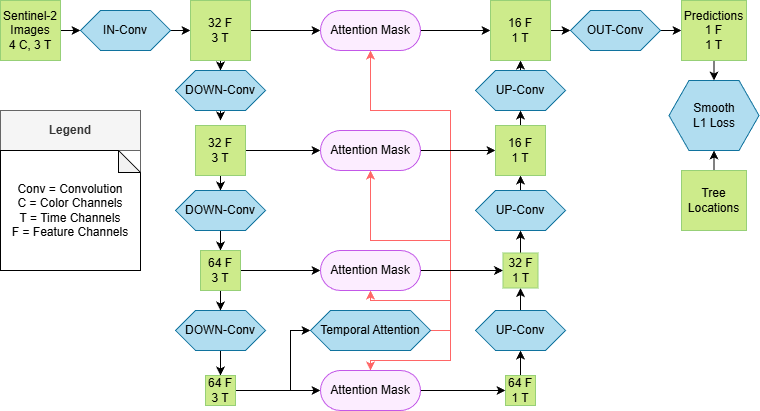
nikmaster/wu_dslab_infrared-city keeps this draw.io diagram as deliverables/4a. draft report/images/U-Net.png. Above is the earlier version. Source tidied: cells renumbered, new cells last; positions are measured from the earlier drawing's top-left corner, leaving out a move shared by most shapes.
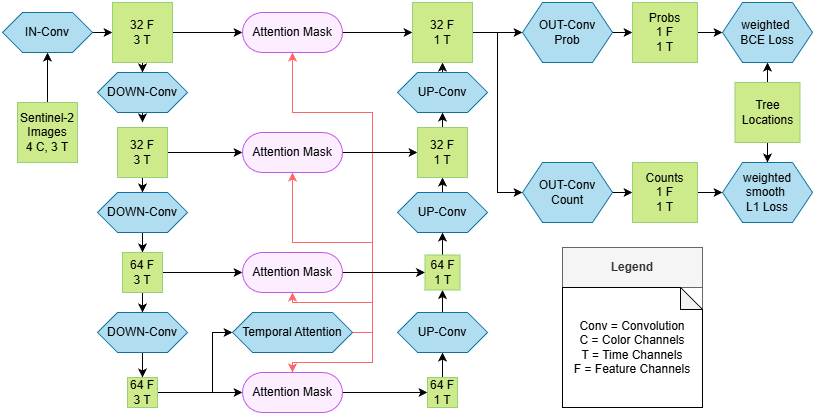
The same diagram one commit later.

The edit, as a diff of the source:
```diff
@@ -2,11 +2,11 @@
   <root>
     <mxCell id="0" />
     <mxCell id="1" parent="0" />
-    <mxCell id="2" style="edgeStyle=orthogonalEdgeStyle;rounded=0;jettySize=auto;html=1;exitX=1;exitY=0.5;exitDx=0;exitDy=0;entryX=0;entryY=0.5;entryDx=0;entryDy=0;" parent="1" edge="1" source="3" target="5">
+    <mxCell id="2" style="edgeStyle=orthogonalEdgeStyle;rounded=0;jettySize=auto;html=1;exitX=0.5;exitY=0;exitDx=0;exitDy=0;entryX=0.5;entryY=1;entryDx=0;entryDy=0;" parent="1" edge="1" source="3" target="5">
       <mxGeometry relative="1" as="geometry" />
     </mxCell>
     <mxCell id="3" value="&lt;font style=&quot;color: rgb(0, 0, 0);&quot;&gt;Sentinel-2 Images&lt;/font&gt;&lt;div&gt;&lt;font style=&quot;color: rgb(0, 0, 0);&quot;&gt;4 C, 3 T&lt;/font&gt;&lt;/div&gt;" style="rounded=0;whiteSpace=wrap;html=1;fillColor=#cdeb8b;strokeColor=#97D077;" parent="1" vertex="1">
-      <mxGeometry width="60" height="60" as="geometry" />
+      <mxGeometry x="95" y="100" width="60" height="60" as="geometry" />
     </mxCell>
     <mxCell id="4" style="edgeStyle=orthogonalEdgeStyle;rounded=0;jettySize=auto;html=1;exitX=1;exitY=0.5;exitDx=0;exitDy=0;entryX=0;entryY=0.5;entryDx=0;entryDy=0;" parent="1" edge="1" source="5" target="8">
       <mxGeometry relative="1" as="geometry" />
@@ -164,47 +164,68 @@
     <mxCell id="45" style="edgeStyle=orthogonalEdgeStyle;rounded=0;jettySize=auto;html=1;exitX=0.5;exitY=0;exitDx=0;exitDy=0;entryX=0.5;entryY=1;entryDx=0;entryDy=0;" parent="1" edge="1" source="46" target="42">
       <mxGeometry relative="1" as="geometry" />
     </mxCell>
-    <mxCell id="46" value="&lt;font style=&quot;color: rgb(0, 0, 0);&quot;&gt;32 F&lt;/font&gt;&lt;div&gt;&lt;font color=&quot;#000000&quot;&gt;1 T&lt;/font&gt;&lt;/div&gt;" style="rounded=0;whiteSpace=wrap;html=1;fillColor=#cdeb8b;strokeColor=#97D077;" parent="1" vertex="1">
+    <mxCell id="46" value="&lt;font style=&quot;color: rgb(0, 0, 0);&quot;&gt;64 F&lt;/font&gt;&lt;div&gt;&lt;font color=&quot;#000000&quot;&gt;1 T&lt;/font&gt;&lt;/div&gt;" style="rounded=0;whiteSpace=wrap;html=1;fillColor=#cdeb8b;strokeColor=#97D077;" parent="1" vertex="1">
       <mxGeometry x="502.5" y="252.5" width="35" height="35" as="geometry" />
     </mxCell>
     <mxCell id="47" style="edgeStyle=orthogonalEdgeStyle;rounded=0;jettySize=auto;html=1;exitX=0.5;exitY=0;exitDx=0;exitDy=0;entryX=0.5;entryY=1;entryDx=0;entryDy=0;" parent="1" edge="1" source="48" target="44">
       <mxGeometry relative="1" as="geometry" />
     </mxCell>
-    <mxCell id="48" value="&lt;font style=&quot;color: rgb(0, 0, 0);&quot;&gt;16 F&lt;/font&gt;&lt;div&gt;&lt;font color=&quot;#000000&quot;&gt;1 T&lt;/font&gt;&lt;/div&gt;" style="rounded=0;whiteSpace=wrap;html=1;fillColor=#cdeb8b;strokeColor=#97D077;" parent="1" vertex="1">
+    <mxCell id="48" value="&lt;font style=&quot;color: rgb(0, 0, 0);&quot;&gt;32 F&lt;/font&gt;&lt;div&gt;&lt;font color=&quot;#000000&quot;&gt;1 T&lt;/font&gt;&lt;/div&gt;" style="rounded=0;whiteSpace=wrap;html=1;fillColor=#cdeb8b;strokeColor=#97D077;" parent="1" vertex="1">
       <mxGeometry x="495" y="125" width="50" height="50" as="geometry" />
     </mxCell>
     <mxCell id="49" style="edgeStyle=orthogonalEdgeStyle;rounded=0;jettySize=auto;html=1;exitX=1;exitY=0.5;exitDx=0;exitDy=0;entryX=0;entryY=0.5;entryDx=0;entryDy=0;" parent="1" edge="1" source="50" target="52">
       <mxGeometry relative="1" as="geometry" />
     </mxCell>
+    <mxCell id="60" style="edgeStyle=orthogonalEdgeStyle;rounded=0;jettySize=auto;html=1;exitX=1;exitY=0.5;exitDx=0;exitDy=0;entryX=0;entryY=0.5;entryDx=0;entryDy=0;" parent="1" edge="1" source="50" target="63">
+      <mxGeometry relative="1" as="geometry" />
+    </mxCell>
-    <mxCell id="50" value="&lt;font style=&quot;color: rgb(0, 0, 0);&quot;&gt;16 F&lt;/font&gt;&lt;div&gt;&lt;font color=&quot;#000000&quot;&gt;1 T&lt;/font&gt;&lt;/div&gt;" style="rounded=0;whiteSpace=wrap;html=1;fillColor=#cdeb8b;strokeColor=#97D077;" parent="1" vertex="1">
+    <mxCell id="50" value="&lt;font style=&quot;color: rgb(0, 0, 0);&quot;&gt;32 F&lt;/font&gt;&lt;div&gt;&lt;font color=&quot;#000000&quot;&gt;1 T&lt;/font&gt;&lt;/div&gt;" style="rounded=0;whiteSpace=wrap;html=1;fillColor=#cdeb8b;strokeColor=#97D077;" parent="1" vertex="1">
       <mxGeometry x="490" width="60" height="60" as="geometry" />
     </mxCell>
     <mxCell id="51" style="edgeStyle=orthogonalEdgeStyle;rounded=0;jettySize=auto;html=1;exitX=1;exitY=0.5;exitDx=0;exitDy=0;entryX=0;entryY=0.5;entryDx=0;entryDy=0;" parent="1" edge="1" source="52" target="57">
       <mxGeometry relative="1" as="geometry" />
     </mxCell>
-    <mxCell id="52" value="&lt;font style=&quot;color: rgb(0, 0, 0);&quot;&gt;OUT&lt;/font&gt;&lt;span style=&quot;color: rgb(0, 0, 0); background-color: transparent;&quot;&gt;-Conv&lt;/span&gt;" style="shape=hexagon;perimeter=hexagonPerimeter2;whiteSpace=wrap;html=1;fixedSize=1;fillColor=#b1ddf0;strokeColor=#10739e;" parent="1" vertex="1">
-      <mxGeometry x="570" y="10" width="90" height="40" as="geometry" />
+    <mxCell id="52" value="&lt;font style=&quot;color: rgb(0, 0, 0);&quot;&gt;OUT&lt;/font&gt;&lt;span style=&quot;color: rgb(0, 0, 0); background-color: transparent;&quot;&gt;-Conv&lt;/span&gt;&lt;div&gt;&lt;span style=&quot;color: rgb(0, 0, 0); background-color: transparent;&quot;&gt;Prob&lt;/span&gt;&lt;/div&gt;" style="shape=hexagon;perimeter=hexagonPerimeter2;whiteSpace=wrap;html=1;fixedSize=1;fillColor=#b1ddf0;strokeColor=#10739e;" parent="1" vertex="1">
+      <mxGeometry x="600" width="90" height="60" as="geometry" />
     </mxCell>
     <mxCell id="53" style="edgeStyle=orthogonalEdgeStyle;rounded=0;jettySize=auto;html=1;exitX=0.5;exitY=0;exitDx=0;exitDy=0;entryX=0.5;entryY=1;entryDx=0;entryDy=0;" parent="1" edge="1" source="54" target="55">
       <mxGeometry relative="1" as="geometry" />
     </mxCell>
+    <mxCell id="61" style="edgeStyle=orthogonalEdgeStyle;rounded=0;jettySize=auto;html=1;exitX=0.5;exitY=1;exitDx=0;exitDy=0;entryX=0.5;entryY=0;entryDx=0;entryDy=0;" parent="1" edge="1" source="54" target="64">
+      <mxGeometry relative="1" as="geometry" />
+    </mxCell>
     <mxCell id="54" value="&lt;font color=&quot;#000000&quot;&gt;Tree Locations&lt;/font&gt;" style="rounded=0;whiteSpace=wrap;html=1;fillColor=#cdeb8b;strokeColor=#97D077;" parent="1" vertex="1">
-      <mxGeometry x="681" y="170" width="65" height="60" as="geometry" />
+      <mxGeometry x="812.5" y="80" width="65" height="60" as="geometry" />
     </mxCell>
-    <mxCell id="55" value="&lt;font color=&quot;#000000&quot;&gt;Smooth&lt;/font&gt;&lt;div&gt;&lt;font color=&quot;#000000&quot;&gt;L1 Loss&lt;/font&gt;&lt;/div&gt;" style="shape=hexagon;perimeter=hexagonPerimeter2;whiteSpace=wrap;html=1;fixedSize=1;fillColor=#b1ddf0;strokeColor=#10739e;" parent="1" vertex="1">
-      <mxGeometry x="668.5" y="80" width="90" height="70" as="geometry" />
+    <mxCell id="55" value="&lt;font color=&quot;#000000&quot;&gt;weighted&amp;nbsp;&lt;/font&gt;&lt;div&gt;&lt;font color=&quot;#000000&quot;&gt;BCE Loss&lt;/font&gt;&lt;/div&gt;" style="shape=hexagon;perimeter=hexagonPerimeter2;whiteSpace=wrap;html=1;fixedSize=1;fillColor=#b1ddf0;strokeColor=#10739e;" parent="1" vertex="1">
+      <mxGeometry x="800" width="90" height="60" as="geometry" />
     </mxCell>
-    <mxCell id="56" style="edgeStyle=orthogonalEdgeStyle;rounded=0;jettySize=auto;html=1;exitX=0.5;exitY=1;exitDx=0;exitDy=0;entryX=0.5;entryY=0;entryDx=0;entryDy=0;" parent="1" edge="1" source="57" target="55">
+    <mxCell id="56" style="edgeStyle=orthogonalEdgeStyle;rounded=0;jettySize=auto;html=1;exitX=1;exitY=0.5;exitDx=0;exitDy=0;entryX=0;entryY=0.5;entryDx=0;entryDy=0;" parent="1" edge="1" source="57" target="55">
       <mxGeometry relative="1" as="geometry" />
     </mxCell>
-    <mxCell id="57" value="&lt;div&gt;&lt;font color=&quot;#000000&quot;&gt;Predictions&lt;/font&gt;&lt;/div&gt;&lt;font color=&quot;#000000&quot;&gt;1 F&lt;/font&gt;&lt;div&gt;&lt;font color=&quot;#000000&quot;&gt;1 T&lt;/font&gt;&lt;/div&gt;" style="rounded=0;whiteSpace=wrap;html=1;fillColor=#cdeb8b;strokeColor=#97D077;" parent="1" vertex="1">
-      <mxGeometry x="681" width="65" height="60" as="geometry" />
+    <mxCell id="57" value="&lt;div&gt;&lt;font color=&quot;#000000&quot;&gt;Probs&lt;/font&gt;&lt;/div&gt;&lt;font color=&quot;#000000&quot;&gt;1 F&lt;/font&gt;&lt;div&gt;&lt;font color=&quot;#000000&quot;&gt;1 T&lt;/font&gt;&lt;/div&gt;" style="rounded=0;whiteSpace=wrap;html=1;fillColor=#cdeb8b;strokeColor=#97D077;" parent="1" vertex="1">
+      <mxGeometry x="710" width="65" height="60" as="geometry" />
     </mxCell>
     <mxCell id="58" value="Legend" style="swimlane;whiteSpace=wrap;html=1;fillColor=#f5f5f5;fontColor=#333333;strokeColor=#666666;startSize=40;" parent="1" vertex="1">
-      <mxGeometry y="110" width="140" height="160" as="geometry" />
+      <mxGeometry x="640" y="245" width="140" height="160" as="geometry" />
     </mxCell>
     <mxCell id="59" value="&lt;font color=&quot;#000000&quot;&gt;Conv = Convolution&lt;/font&gt;&lt;div&gt;&lt;font color=&quot;#000000&quot;&gt;C = Color Channels&lt;/font&gt;&lt;/div&gt;&lt;div&gt;&lt;font color=&quot;#000000&quot;&gt;T = Time Channels&lt;/font&gt;&lt;/div&gt;&lt;div&gt;&lt;font color=&quot;#000000&quot;&gt;F = Feature Channels&lt;/font&gt;&lt;/div&gt;" style="shape=note;whiteSpace=wrap;html=1;backgroundOutline=1;darkOpacity=0.05;size=22;fillColor=#FFFFFF;strokeColor=#000000;" parent="58" vertex="1">
       <mxGeometry y="40" width="140" height="120" as="geometry" />
     </mxCell>
+    <mxCell id="62" style="edgeStyle=orthogonalEdgeStyle;rounded=0;jettySize=auto;html=1;exitX=1;exitY=0.5;exitDx=0;exitDy=0;entryX=0;entryY=0.5;entryDx=0;entryDy=0;" parent="1" edge="1" source="63" target="66">
+      <mxGeometry relative="1" as="geometry" />
+    </mxCell>
+    <mxCell id="63" value="&lt;font style=&quot;color: rgb(0, 0, 0);&quot;&gt;OUT&lt;/font&gt;&lt;span style=&quot;color: rgb(0, 0, 0); background-color: transparent;&quot;&gt;-Conv&lt;/span&gt;&lt;div&gt;&lt;span style=&quot;color: rgb(0, 0, 0); background-color: transparent;&quot;&gt;Count&lt;/span&gt;&lt;/div&gt;" style="shape=hexagon;perimeter=hexagonPerimeter2;whiteSpace=wrap;html=1;fixedSize=1;fillColor=#b1ddf0;strokeColor=#10739e;" parent="1" vertex="1">
+      <mxGeometry x="600" y="160" width="90" height="60" as="geometry" />
+    </mxCell>
+    <mxCell id="64" value="&lt;font color=&quot;#000000&quot;&gt;weighted smooth&amp;nbsp;&lt;/font&gt;&lt;div&gt;&lt;font color=&quot;#000000&quot;&gt;L1 Loss&lt;/font&gt;&lt;/div&gt;" style="shape=hexagon;perimeter=hexagonPerimeter2;whiteSpace=wrap;html=1;fixedSize=1;fillColor=#b1ddf0;strokeColor=#10739e;" parent="1" vertex="1">
+      <mxGeometry x="800" y="160" width="90" height="60" as="geometry" />
+    </mxCell>
+    <mxCell id="65" style="edgeStyle=orthogonalEdgeStyle;rounded=0;jettySize=auto;html=1;exitX=1;exitY=0.5;exitDx=0;exitDy=0;entryX=0;entryY=0.5;entryDx=0;entryDy=0;" parent="1" edge="1" source="66" target="64">
+      <mxGeometry relative="1" as="geometry" />
+    </mxCell>
+    <mxCell id="66" value="&lt;div&gt;&lt;span style=&quot;color: rgb(0, 0, 0); background-color: transparent;&quot;&gt;Counts&lt;/span&gt;&lt;/div&gt;&lt;div&gt;&lt;span style=&quot;color: rgb(0, 0, 0); background-color: transparent;&quot;&gt;1 F&lt;/span&gt;&lt;/div&gt;&lt;div&gt;&lt;font color=&quot;#000000&quot;&gt;1 T&lt;/font&gt;&lt;/div&gt;" style="rounded=0;whiteSpace=wrap;html=1;fillColor=#cdeb8b;strokeColor=#97D077;" parent="1" vertex="1">
+      <mxGeometry x="710" y="160" width="65" height="60" as="geometry" />
+    </mxCell>
   </root>
 </mxGraphModel>
```
